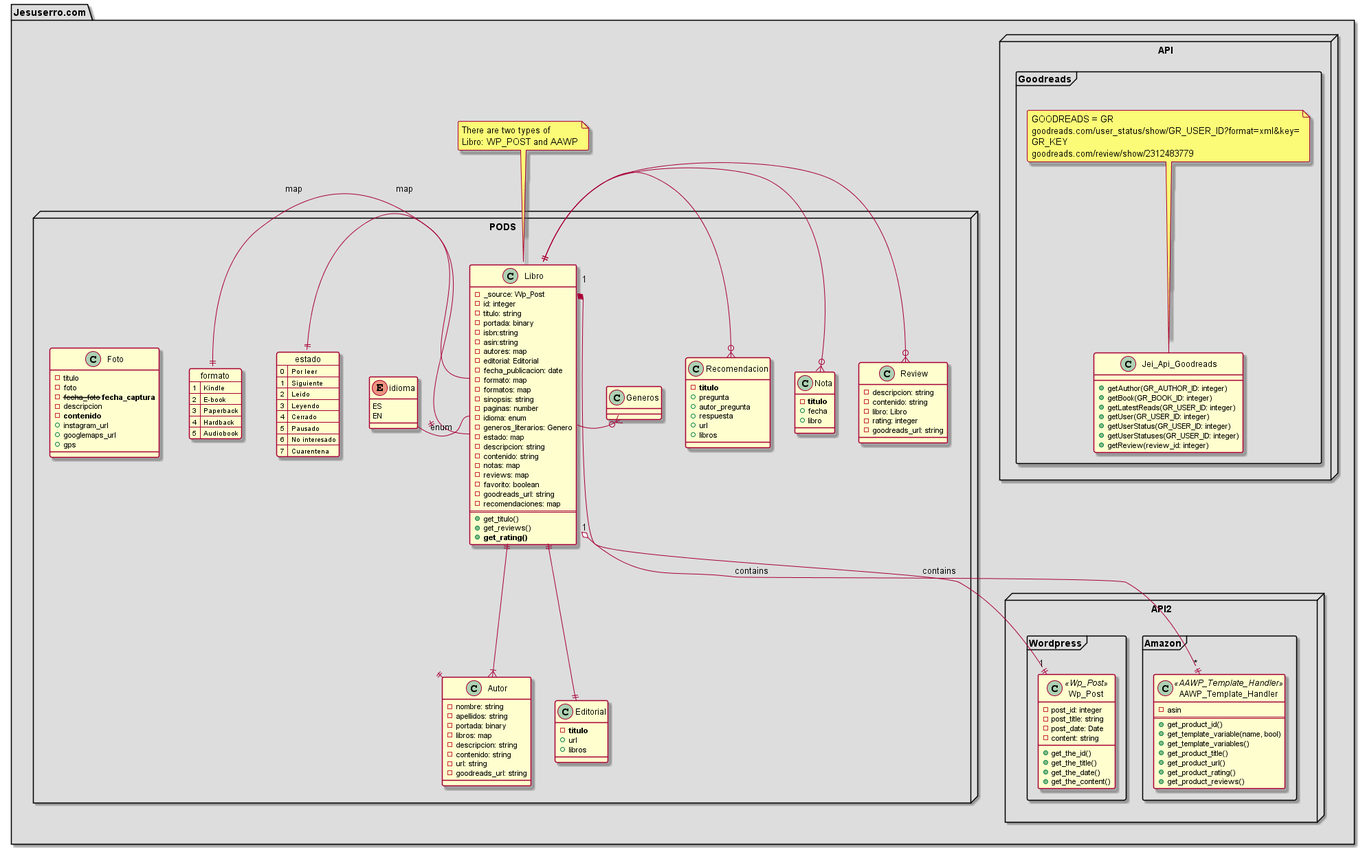
Above: docs/diagrams/out/app.png in libricos-com/libricos (PlantUML), before the change.
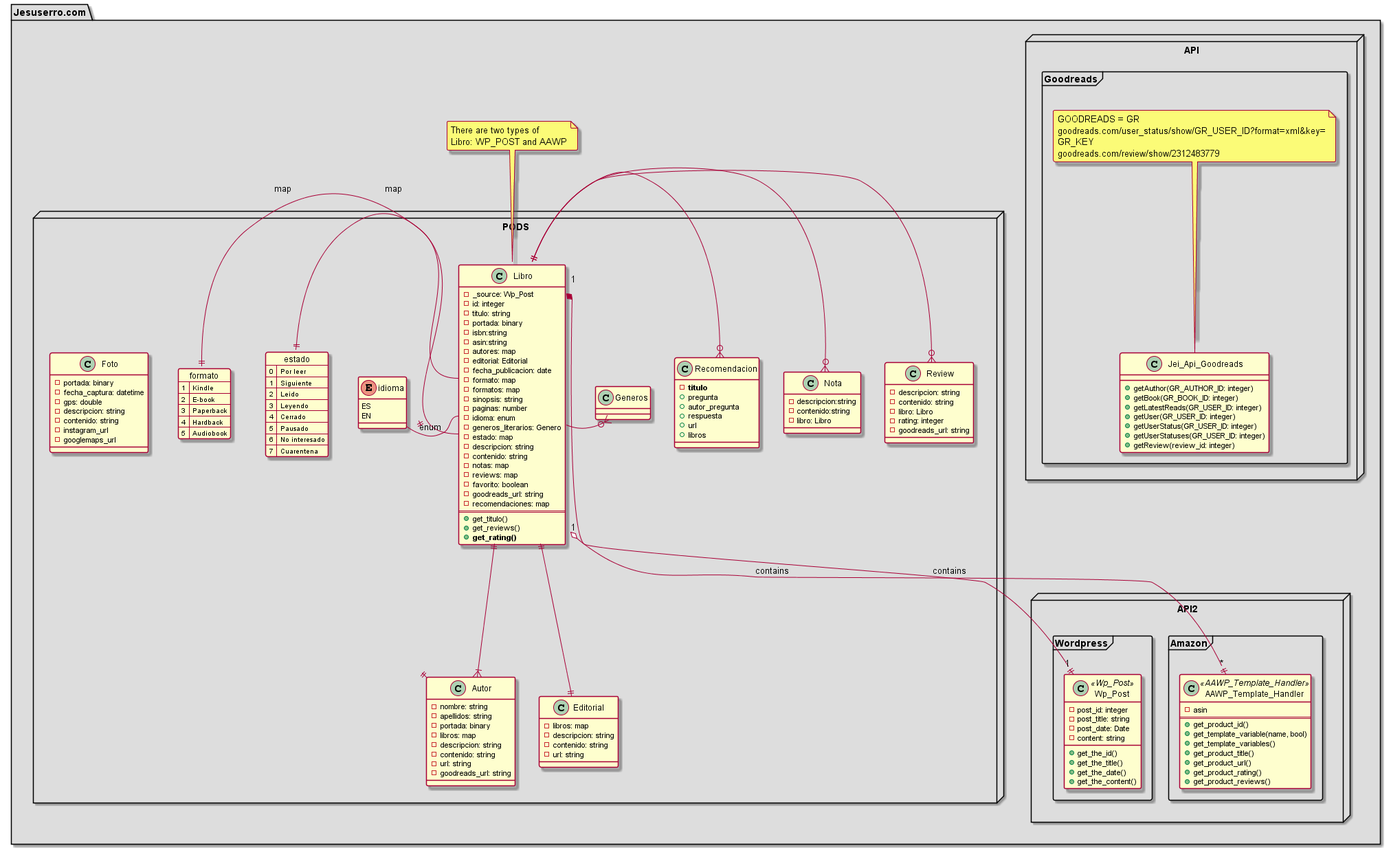
After the commit.

Change to the diagram source:
```diff
@@ -74,18 +74,9 @@
         }
 
         class Nota {
-            - <b>titulo</b>
-            + fecha
-            + libro
-        }
-
-        class Recomendacion {
-            - <b>titulo</b>
-            + pregunta
-            + autor_pregunta
-            + respuesta
-            + url
-            + libros
+            - descripcion:string
+            - contenido:string
+            - libro: Libro
         }
 
         class Autor{
@@ -100,20 +91,29 @@
         }
 
         class Editorial{
+            - libros: map
+            - descripcion: string
+            - contenido: string
+            - url: string
+        }
+
+        class Recomendacion {
             - <b>titulo</b>
+            + pregunta
+            + autor_pregunta
+            + respuesta
             + url
             + libros
         }
 
         class Foto{
-            - titulo
-            - foto
-            - <strike>fecha_foto</strike> <b>fecha_captura</b>
-            - descripcion
-            - <b>contenido</b>
-            + instagram_url
-            + googlemaps_url
-            + gps
+            - portada: binary
+            - fecha_captura: datetime
+            - gps: double
+            - descripcion: string
+            - contenido: string
+            - instagram_url
+            - googlemaps_url
         }
 
         class Generos{
```
